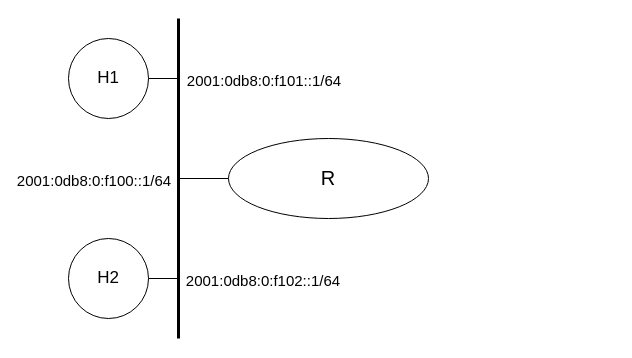
markinlimac/monografia-redes keeps this draw.io diagram as docs/files/topologia_experimento11.drawio. Above is the earlier version. Source tidied: cells renumbered, new cells numbered last; positions are measured from the earlier drawing's top-left corner, leaving out a move shared by most shapes. Both pictures are drawn from the tidied source at 100%, with x=0, y=0 at pixel (54, 18).
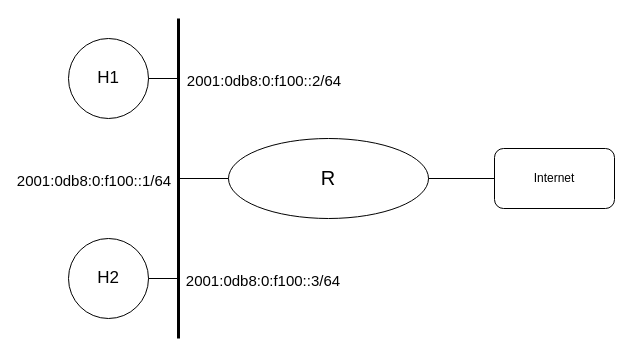
The same page after the edit.

Diff of the diagram source:
```diff
@@
 <mxGraphModel>
   <root>
     <mxCell id="0" />
     <mxCell id="1" parent="0" />
     <mxCell id="2" style="endArrow=none;html=1;rounded=0;strokeWidth=3;" parent="1" edge="1">
       <mxGeometry relative="1" as="geometry">
         <mxPoint x="124" y="320" as="sourcePoint" />
         <mxPoint x="124" as="targetPoint" />
       </mxGeometry>
     </mxCell>
     <mxCell id="3" value="&lt;font style=&quot;font-size: 17px;&quot;&gt;H1&lt;/font&gt;" style="ellipse;whiteSpace=wrap;html=1;" parent="1" vertex="1">
       <mxGeometry x="14" y="20" width="80" height="80" as="geometry" />
     </mxCell>
     <mxCell id="4" style="endArrow=none;html=1;rounded=0;strokeWidth=1;" parent="1" edge="1">
       <mxGeometry relative="1" as="geometry">
         <mxPoint x="94" y="60" as="sourcePoint" />
         <mxPoint x="124" y="60" as="targetPoint" />
       </mxGeometry>
     </mxCell>
     <mxCell id="5" value="&lt;font style=&quot;font-size: 17px;&quot;&gt;H2&lt;/font&gt;" style="ellipse;whiteSpace=wrap;html=1;" parent="1" vertex="1">
       <mxGeometry x="14" y="220" width="80" height="80" as="geometry" />
     </mxCell>
     <mxCell id="6" style="endArrow=none;html=1;rounded=0;strokeWidth=1;" parent="1" edge="1">
       <mxGeometry relative="1" as="geometry">
         <mxPoint x="94" y="260" as="sourcePoint" />
         <mxPoint x="124" y="260" as="targetPoint" />
       </mxGeometry>
     </mxCell>
     <mxCell id="7" value="&lt;font style=&quot;font-size: 20px;&quot;&gt;R&lt;/font&gt;" style="ellipse;whiteSpace=wrap;html=1;fontSize=17;" parent="1" vertex="1">
       <mxGeometry x="174" y="120" width="200" height="80" as="geometry" />
     </mxCell>
     <mxCell id="8" style="endArrow=none;html=1;rounded=0;fontSize=17;strokeWidth=1;entryX=0;entryY=0.5;entryDx=0;entryDy=0;" parent="1" edge="1" target="7">
       <mxGeometry relative="1" as="geometry">
         <mxPoint x="124" y="160" as="sourcePoint" />
       </mxGeometry>
     </mxCell>
-    <mxCell id="9" value="&lt;font style=&quot;font-size: 15px;&quot;&gt;2001:0db8:0:f101::1/64&lt;br&gt;&lt;/font&gt;" style="text;html=1;strokeColor=none;fillColor=none;align=center;verticalAlign=middle;whiteSpace=wrap;rounded=0;fontSize=20;" parent="1" vertex="1">
+    <mxCell id="9" value="&lt;font style=&quot;font-size: 15px;&quot;&gt;2001:0db8:0:f100::2/64&lt;br&gt;&lt;/font&gt;" style="text;html=1;strokeColor=none;fillColor=none;align=center;verticalAlign=middle;whiteSpace=wrap;rounded=0;fontSize=20;" parent="1" vertex="1">
       <mxGeometry x="170" y="45" width="80" height="30" as="geometry" />
     </mxCell>
-    <mxCell id="10" value="&lt;font style=&quot;font-size: 15px;&quot;&gt;2001:0db8:0:f102::1/64&lt;br&gt;&lt;/font&gt;" style="text;html=1;strokeColor=none;fillColor=none;align=center;verticalAlign=middle;whiteSpace=wrap;rounded=0;fontSize=20;" parent="1" vertex="1">
+    <mxCell id="10" value="&lt;font style=&quot;font-size: 15px;&quot;&gt;2001:0db8:0:f100::3/64&lt;br&gt;&lt;/font&gt;" style="text;html=1;strokeColor=none;fillColor=none;align=center;verticalAlign=middle;whiteSpace=wrap;rounded=0;fontSize=20;" parent="1" vertex="1">
       <mxGeometry x="169" y="245" width="80" height="30" as="geometry" />
     </mxCell>
     <mxCell id="11" value="&lt;font style=&quot;font-size: 15px;&quot;&gt;2001:0db8:0:f100::1/64&lt;br&gt;&lt;/font&gt;" style="text;html=1;strokeColor=none;fillColor=none;align=center;verticalAlign=middle;whiteSpace=wrap;rounded=0;fontSize=20;" parent="1" vertex="1">
       <mxGeometry y="145" width="80" height="30" as="geometry" />
     </mxCell>
+    <mxCell id="12" value="Internet" style="rounded=1;whiteSpace=wrap;html=1;" parent="1" vertex="1">
+      <mxGeometry x="440" y="130" width="120" height="60" as="geometry" />
+    </mxCell>
+    <mxCell id="13" style="endArrow=none;html=1;rounded=0;exitX=1;exitY=0.5;exitDx=0;exitDy=0;entryX=0;entryY=0.5;entryDx=0;entryDy=0;" parent="1" edge="1" source="7" target="12">
+      <mxGeometry relative="1" as="geometry" />
+    </mxCell>
   </root>
 </mxGraphModel>
```
